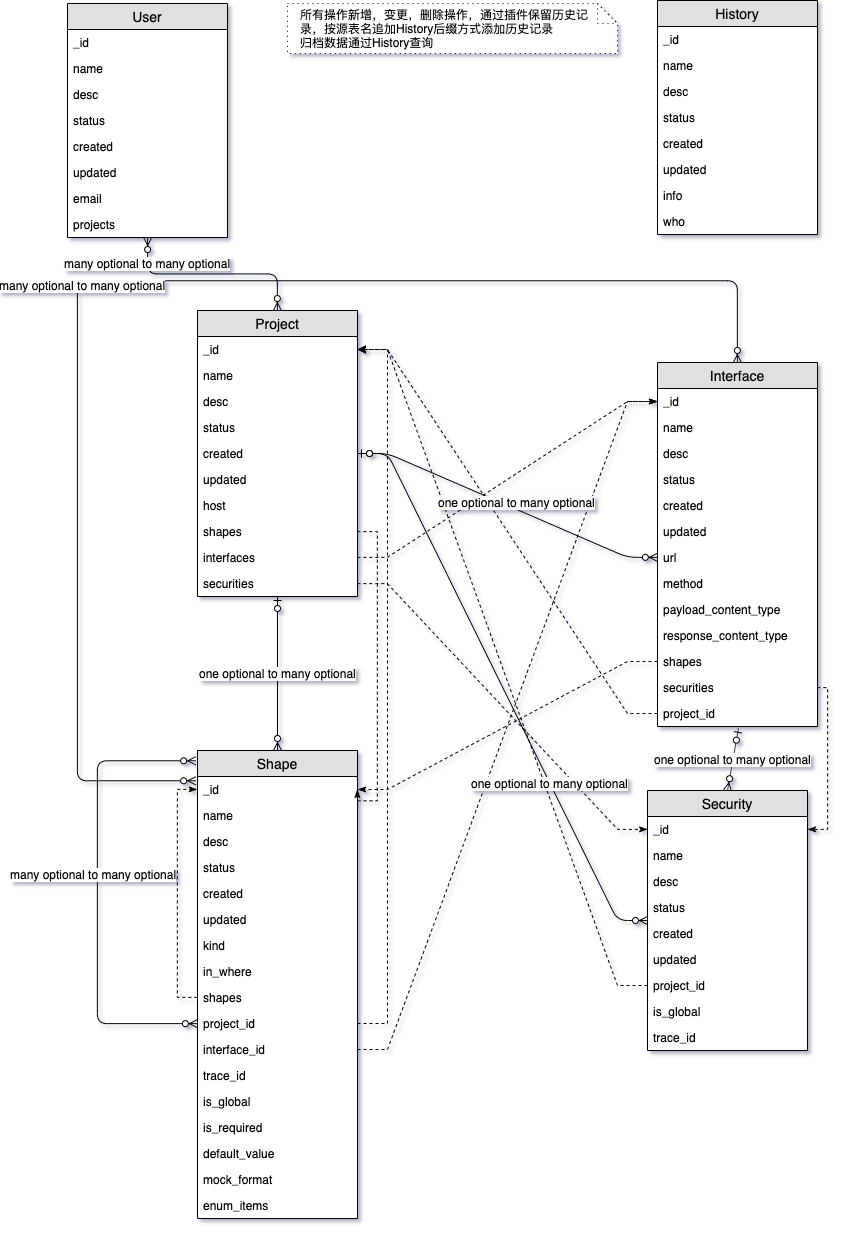
The draw.io diagram apiplatform/apischema.png in 0851/draw, before a commit. Source tidied: cells renumbered, new cells last; positions are measured from the earlier drawing's top-left corner, leaving out a move shared by most shapes.
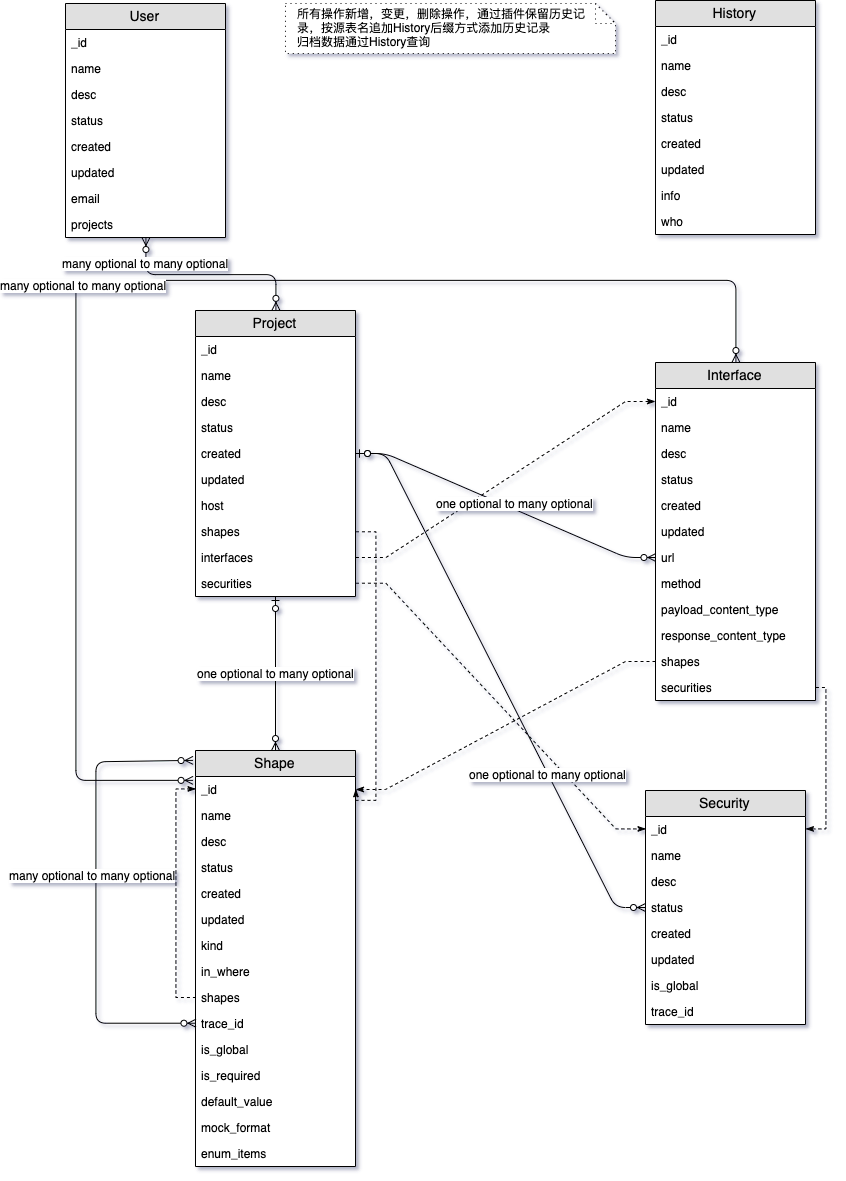
After the commit.

The edit, as a diff of the source:
```diff
@@ -33,7 +33,7 @@
       <mxGeometry y="208" width="160" height="26" as="geometry" />
     </mxCell>
     <mxCell id="12" value="Interface" style="swimlane;fontStyle=0;horizontal=1;startSize=26;fillColor=#e0e0e0;swimlaneFillColor=#ffffff;align=center;fontSize=14;" parent="1" vertex="1">
-      <mxGeometry x="590" y="362" width="160" height="364" as="geometry" />
+      <mxGeometry x="590" y="362" width="160" height="338" as="geometry" />
     </mxCell>
     <mxCell id="13" value="_id" style="text;strokeColor=none;fillColor=none;spacingLeft=4;spacingRight=4;overflow=hidden;points=[[0,0.5],[1,0.5]];portConstraint=eastwest;fontSize=12;" parent="12" vertex="1">
       <mxGeometry y="26" width="160" height="26" as="geometry" />
@@ -71,11 +71,8 @@
     <mxCell id="24" value="securities" style="text;strokeColor=none;fillColor=none;spacingLeft=4;spacingRight=4;overflow=hidden;points=[[0,0.5],[1,0.5]];portConstraint=eastwest;fontSize=12;" parent="12" vertex="1">
       <mxGeometry y="312" width="160" height="26" as="geometry" />
     </mxCell>
-    <mxCell id="25" value="project_id" style="text;strokeColor=none;fillColor=none;spacingLeft=4;spacingRight=4;overflow=hidden;points=[[0,0.5],[1,0.5]];portConstraint=eastwest;fontSize=12;" parent="12" vertex="1">
-      <mxGeometry y="338" width="160" height="26" as="geometry" />
-    </mxCell>
     <mxCell id="26" value="Shape" style="swimlane;fontStyle=0;horizontal=1;startSize=26;fillColor=#e0e0e0;swimlaneFillColor=#ffffff;align=center;fontSize=14;" parent="1" vertex="1">
-      <mxGeometry x="130" y="750" width="160" height="468" as="geometry" />
+      <mxGeometry x="130" y="750" width="160" height="416" as="geometry" />
     </mxCell>
     <mxCell id="27" value="_id" style="text;strokeColor=none;fillColor=none;spacingLeft=4;spacingRight=4;overflow=hidden;points=[[0,0.5],[1,0.5]];portConstraint=eastwest;fontSize=12;" parent="26" vertex="1">
       <mxGeometry y="26" width="160" height="26" as="geometry" />
@@ -119,29 +116,23 @@
     <mxCell id="38" value="many&amp;nbsp;optional to many optional" style="text;html=1;align=center;verticalAlign=middle;labelBackgroundColor=#ffffff;" parent="37" vertex="1">
       <mxGeometry x="0.08" y="4" relative="1" as="geometry" />
     </mxCell>
-    <mxCell id="39" value="project_id" style="text;strokeColor=none;fillColor=none;spacingLeft=4;spacingRight=4;overflow=hidden;points=[[0,0.5],[1,0.5]];portConstraint=eastwest;fontSize=12;" parent="26" vertex="1">
-      <mxGeometry y="260" width="160" height="26" as="geometry" />
-    </mxCell>
-    <mxCell id="40" value="interface_id" style="text;strokeColor=none;fillColor=none;spacingLeft=4;spacingRight=4;overflow=hidden;points=[[0,0.5],[1,0.5]];portConstraint=eastwest;fontSize=12;" parent="26" vertex="1">
-      <mxGeometry y="286" width="160" height="26" as="geometry" />
-    </mxCell>
     <mxCell id="41" value="trace_id" style="text;strokeColor=none;fillColor=none;spacingLeft=4;spacingRight=4;overflow=hidden;fontSize=12;" parent="26" vertex="1">
-      <mxGeometry y="312" width="160" height="26" as="geometry" />
+      <mxGeometry y="260" width="160" height="26" as="geometry" />
     </mxCell>
     <mxCell id="42" value="is_global" style="text;strokeColor=none;fillColor=none;spacingLeft=4;spacingRight=4;overflow=hidden;fontSize=12;" parent="26" vertex="1">
-      <mxGeometry y="338" width="160" height="26" as="geometry" />
+      <mxGeometry y="286" width="160" height="26" as="geometry" />
     </mxCell>
     <mxCell id="43" value="is_required" style="text;strokeColor=none;fillColor=none;spacingLeft=4;spacingRight=4;overflow=hidden;fontSize=12;" parent="26" vertex="1">
-      <mxGeometry y="364" width="160" height="26" as="geometry" />
+      <mxGeometry y="312" width="160" height="26" as="geometry" />
     </mxCell>
     <mxCell id="44" value="default_value" style="text;strokeColor=none;fillColor=none;spacingLeft=4;spacingRight=4;overflow=hidden;fontSize=12;" parent="26" vertex="1">
-      <mxGeometry y="390" width="160" height="26" as="geometry" />
+      <mxGeometry y="338" width="160" height="26" as="geometry" />
     </mxCell>
     <mxCell id="45" value="mock_format" style="text;strokeColor=none;fillColor=none;spacingLeft=4;spacingRight=4;overflow=hidden;fontSize=12;" parent="26" vertex="1">
-      <mxGeometry y="416" width="160" height="26" as="geometry" />
+      <mxGeometry y="364" width="160" height="26" as="geometry" />
     </mxCell>
     <mxCell id="46" value="enum_items" style="text;strokeColor=none;fillColor=none;spacingLeft=4;spacingRight=4;overflow=hidden;fontSize=12;" parent="26" vertex="1">
-      <mxGeometry y="442" width="160" height="26" as="geometry" />
+      <mxGeometry y="390" width="160" height="26" as="geometry" />
     </mxCell>
     <mxCell id="47" value="Project" style="swimlane;fontStyle=0;horizontal=1;startSize=26;fillColor=#e0e0e0;swimlaneFillColor=#ffffff;align=center;fontSize=14;" parent="1" vertex="1">
       <mxGeometry x="130" y="310" width="160" height="286" as="geometry" />
@@ -177,7 +168,7 @@
       <mxGeometry y="260" width="160" height="26" as="geometry" />
     </mxCell>
     <mxCell id="58" value="Security" style="swimlane;fontStyle=0;horizontal=1;startSize=26;fillColor=#e0e0e0;swimlaneFillColor=#ffffff;align=center;fontSize=14;" parent="1" vertex="1">
-      <mxGeometry x="580" y="790" width="160" height="260" as="geometry" />
+      <mxGeometry x="580" y="790" width="160" height="234" as="geometry" />
     </mxCell>
     <mxCell id="59" value="_id" style="text;strokeColor=none;fillColor=none;spacingLeft=4;spacingRight=4;overflow=hidden;points=[[0,0.5],[1,0.5]];portConstraint=eastwest;fontSize=12;" parent="58" vertex="1">
       <mxGeometry y="26" width="160" height="26" as="geometry" />
@@ -197,14 +188,11 @@
     <mxCell id="64" value="updated" style="text;strokeColor=none;fillColor=none;spacingLeft=4;spacingRight=4;overflow=hidden;fontSize=12;" parent="58" vertex="1">
       <mxGeometry y="156" width="160" height="26" as="geometry" />
     </mxCell>
-    <mxCell id="65" value="project_id" style="text;strokeColor=none;fillColor=none;spacingLeft=4;spacingRight=4;overflow=hidden;points=[[0,0.5],[1,0.5]];portConstraint=eastwest;fontSize=12;" parent="58" vertex="1">
-      <mxGeometry y="182" width="160" height="26" as="geometry" />
-    </mxCell>
     <mxCell id="66" value="is_global" style="text;strokeColor=none;fillColor=none;spacingLeft=4;spacingRight=4;overflow=hidden;fontSize=12;" parent="58" vertex="1">
-      <mxGeometry y="208" width="160" height="26" as="geometry" />
+      <mxGeometry y="182" width="160" height="26" as="geometry" />
     </mxCell>
     <mxCell id="67" value="trace_id" style="text;strokeColor=none;fillColor=none;spacingLeft=4;spacingRight=4;overflow=hidden;fontSize=12;" parent="58" vertex="1">
-      <mxGeometry y="234" width="160" height="26" as="geometry" />
+      <mxGeometry y="208" width="160" height="26" as="geometry" />
     </mxCell>
     <mxCell id="68" value="User" style="swimlane;fontStyle=0;horizontal=1;startSize=26;fillColor=#e0e0e0;swimlaneFillColor=#ffffff;align=center;fontSize=14;" parent="1" vertex="1">
       <mxGeometry y="3" width="160" height="234" as="geometry" />
@@ -233,21 +221,12 @@
     <mxCell id="76" value="projects" style="text;strokeColor=none;fillColor=none;spacingLeft=4;spacingRight=4;overflow=hidden;fontSize=12;" parent="68" vertex="1">
       <mxGeometry y="208" width="160" height="26" as="geometry" />
     </mxCell>
-    <mxCell id="77" style="rounded=0;jettySize=auto;html=1;edgeStyle=entityRelationEdgeStyle;dashed=1;" parent="1" edge="1" source="25" target="48">
-      <mxGeometry relative="1" as="geometry" />
-    </mxCell>
     <mxCell id="78" value="one optional to many optional" style="edgeStyle=orthogonalEdgeStyle;fontSize=12;html=1;endArrow=ERzeroToMany;startArrow=ERzeroToOne;curved=1;" parent="1" edge="1" source="47" target="26">
       <mxGeometry relative="1" as="geometry" />
     </mxCell>
-    <mxCell id="79" style="rounded=0;jettySize=auto;html=1;edgeStyle=entityRelationEdgeStyle;elbow=vertical;dashed=1;" parent="1" edge="1" source="65" target="48">
-      <mxGeometry x="-0.77" y="63" relative="1" as="geometry" />
-    </mxCell>
     <mxCell id="80" value="many optional to many optional" style="fontSize=12;html=1;endArrow=ERzeroToMany;startArrow=ERzeroToMany;endFill=1;entryX=0.5;entryY=0;entryDx=0;entryDy=0;edgeStyle=orthogonalEdgeStyle;" parent="1" edge="1" source="68" target="47">
       <mxGeometry x="-0.75" relative="1" as="geometry" />
     </mxCell>
-    <mxCell id="81" style="edgeStyle=entityRelationEdgeStyle;rounded=0;jettySize=auto;html=1;endArrow=classicThin;endFill=1;dashed=1;" parent="1" edge="1" source="39" target="48">
-      <mxGeometry relative="1" as="geometry" />
-    </mxCell>
     <mxCell id="82" style="edgeStyle=orthogonalEdgeStyle;rounded=0;jettySize=auto;html=1;exitX=1;exitY=0.5;exitDx=0;exitDy=0;entryX=1;entryY=0.5;entryDx=0;entryDy=0;endArrow=classicThin;endFill=1;dashed=1;" parent="1" edge="1" source="55" target="27">
       <mxGeometry relative="1" as="geometry">
         <Array as="points">
@@ -271,9 +250,6 @@
         </Array>
       </mxGeometry>
     </mxCell>
-    <mxCell id="86" style="edgeStyle=entityRelationEdgeStyle;rounded=0;jettySize=auto;html=1;endArrow=classicThin;endFill=1;dashed=1;" parent="1" edge="1" source="40" target="13">
-      <mxGeometry relative="1" as="geometry" />
-    </mxCell>
     <mxCell id="87" value="one optional to many optional" style="edgeStyle=entityRelationEdgeStyle;fontSize=12;html=1;endArrow=ERzeroToMany;startArrow=ERzeroToOne;exitX=1;exitY=0.5;exitDx=0;exitDy=0;" parent="1" edge="1" target="58">
       <mxGeometry x="0.37" relative="1" as="geometry">
         <mxPoint x="290" y="453" as="sourcePoint" />
@@ -298,8 +274,5 @@
     <mxCell id="91" value="&lt;font style=&quot;font-size: 11px&quot;&gt;所有操作新增，变更，删除操作，通过插件保留历史记录，按源表名追加History后缀方式添加历史记录&lt;br style=&quot;font-size: 11px&quot;&gt;归档数据通过History查询&lt;/font&gt;" style="shape=note;strokeWidth=1;fontSize=9;size=20;whiteSpace=wrap;html=1;dashed=1;align=left;spacingLeft=10;spacingRight=10;labelBorderColor=none;horizontal=1;dashPattern=1 4;" parent="1" vertex="1">
       <mxGeometry x="220" y="3" width="330" height="50" as="geometry" />
     </mxCell>
-    <mxCell id="92" value="one optional to many optional" style="fontSize=12;html=1;endArrow=ERzeroToMany;startArrow=ERzeroToOne;entryX=0.5;entryY=0;entryDx=0;entryDy=0;exitX=0.506;exitY=1.071;exitDx=0;exitDy=0;exitPerimeter=0;" parent="1" edge="1" source="25" target="58">
-      <mxGeometry relative="1" as="geometry" />
-    </mxCell>
   </root>
 </mxGraphModel>
```
